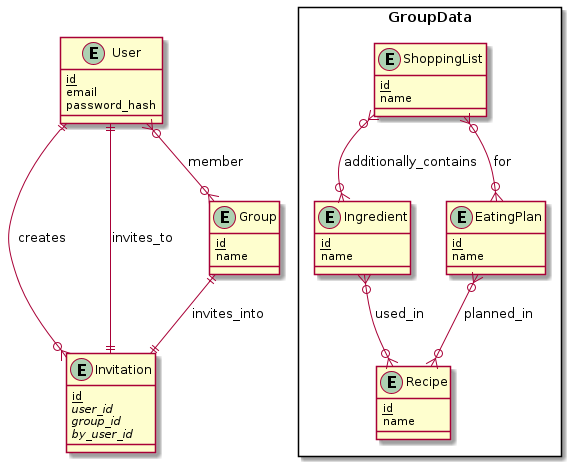
The PlantUML diagram data-model.png in jeyj0/shopping-list-manager, before a commit.
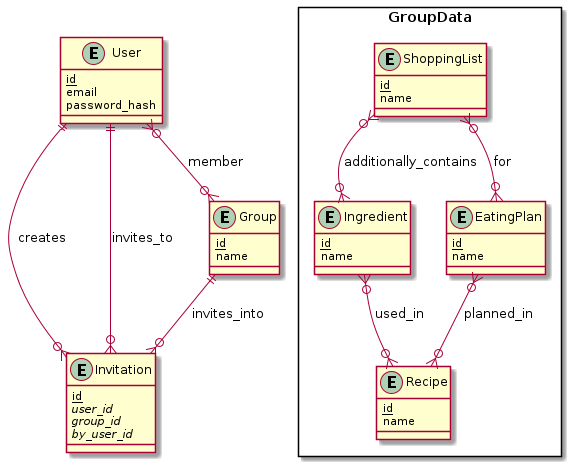
The same diagram one commit later.

Commit message:
correct relations for invitations

What changed in the source:
```diff
@@ -35,8 +35,8 @@
 
 User }o--o{ Group : member
 User ||--o{ Invitation : creates
-User ||--|| Invitation : invites_to
-Group ||--|| Invitation : invites_into
+User ||--o{ Invitation : invites_to
+Group ||--o{ Invitation : invites_into
 
 Ingredient }o--o{ Recipe : used_in
 EatingPlan }o--o{ Recipe : planned_in
```
